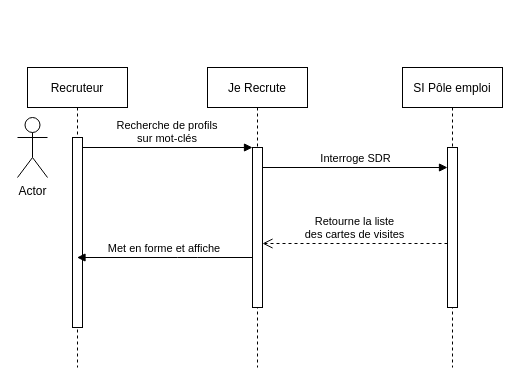
The draw.io diagram page "Recherche Profil sur mot clé" (1 of 12) of Je_Recrute.drawio in syndrael/je-recrute, before the edit. Source tidied: cells renumbered, new cells numbered last; positions are measured from the earlier drawing's top-left corner, leaving out a move shared by most shapes. Both pictures are drawn from the tidied source at 100%, with x=0, y=0 at pixel (17, 67).
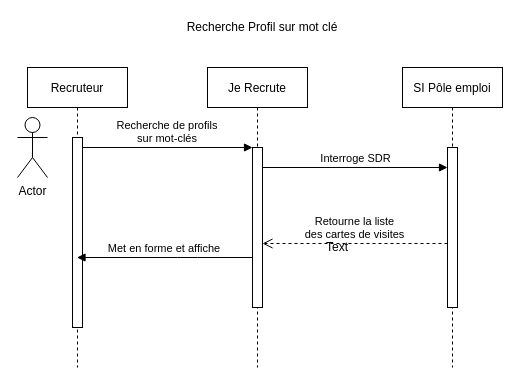
Above is the later version.

The edit, as a diff of the source:
```diff
@@
 <mxGraphModel>
   <root>
     <mxCell id="0" />
     <mxCell id="1" parent="0" />
     <mxCell id="2" value="Recruteur" style="shape=umlLifeline;perimeter=lifelinePerimeter;rounded=0;shadow=0;strokeWidth=1;" parent="1" vertex="1">
       <mxGeometry x="10" width="100" height="300" as="geometry" />
     </mxCell>
     <mxCell id="3" style="points=[];perimeter=orthogonalPerimeter;rounded=0;shadow=0;strokeWidth=1;" parent="2" vertex="1">
       <mxGeometry x="45" y="70" width="10" height="190" as="geometry" />
     </mxCell>
     <mxCell id="4" value="Je Recrute" style="shape=umlLifeline;perimeter=lifelinePerimeter;rounded=0;shadow=0;strokeWidth=1;" parent="1" vertex="1">
       <mxGeometry x="190" width="100" height="300" as="geometry" />
     </mxCell>
     <mxCell id="5" style="points=[];perimeter=orthogonalPerimeter;rounded=0;shadow=0;strokeWidth=1;" parent="4" vertex="1">
       <mxGeometry x="45" y="80" width="10" height="160" as="geometry" />
     </mxCell>
     <mxCell id="6" value="Recherche de profils&#10;sur mot-clés" style="verticalAlign=bottom;endArrow=block;entryX=0;entryY=0;shadow=0;strokeWidth=1;" parent="1" edge="1" source="3" target="5">
       <mxGeometry relative="1" as="geometry" />
     </mxCell>
     <mxCell id="7" value="Met en forme et affiche" style="verticalAlign=bottom;endArrow=block;shadow=0;strokeWidth=1;" parent="1" edge="1" source="5" target="2">
       <mxGeometry relative="1" as="geometry">
         <Array as="points">
           <mxPoint x="170" y="190" />
         </Array>
       </mxGeometry>
     </mxCell>
     <mxCell id="8" value="Actor" style="shape=umlActor;verticalLabelPosition=bottom;verticalAlign=top;html=1;" parent="1" vertex="1">
       <mxGeometry y="50" width="30" height="60" as="geometry" />
     </mxCell>
     <mxCell id="9" style="html=1;points=[];perimeter=orthogonalPerimeter;" parent="1" vertex="1">
       <mxGeometry x="430" y="100" width="10" height="80" as="geometry" />
     </mxCell>
     <mxCell id="10" value="Interroge SDR" style="html=1;verticalAlign=bottom;endArrow=block;entryX=0;entryY=0;" parent="1" edge="1" target="9">
       <mxGeometry relative="1" as="geometry">
         <mxPoint x="245" y="100" as="sourcePoint" />
       </mxGeometry>
     </mxCell>
     <mxCell id="11" value="Retourne la liste &lt;br&gt;des cartes de visites" style="html=1;verticalAlign=bottom;endArrow=open;dashed=1;endSize=8;exitX=0;exitY=0.95;" parent="1" edge="1" source="9">
       <mxGeometry relative="1" as="geometry">
         <mxPoint x="245" y="176" as="targetPoint" />
       </mxGeometry>
     </mxCell>
     <mxCell id="12" value="SI Pôle emploi" style="shape=umlLifeline;perimeter=lifelinePerimeter;rounded=0;shadow=0;strokeWidth=1;" parent="1" vertex="1">
       <mxGeometry x="385" width="100" height="300" as="geometry" />
     </mxCell>
     <mxCell id="13" style="perimeter=orthogonalPerimeter;rounded=0;shadow=0;strokeWidth=1;" parent="12" vertex="1">
       <mxGeometry x="45" y="80" width="10" height="160" as="geometry" />
     </mxCell>
+    <mxCell id="14" value="Text" style="text;html=1;strokeColor=none;fillColor=none;align=center;verticalAlign=middle;whiteSpace=wrap;rounded=0;" parent="1" vertex="1">
+      <mxGeometry x="300" y="170" width="40" height="20" as="geometry" />
+    </mxCell>
+    <mxCell id="15" value="Recherche Profil sur mot clé" style="text;html=1;strokeColor=none;fillColor=none;align=center;verticalAlign=middle;whiteSpace=wrap;rounded=0;" parent="1" vertex="1">
+      <mxGeometry x="90" y="-50" width="310" height="20" as="geometry" />
+    </mxCell>
   </root>
 </mxGraphModel>
```
